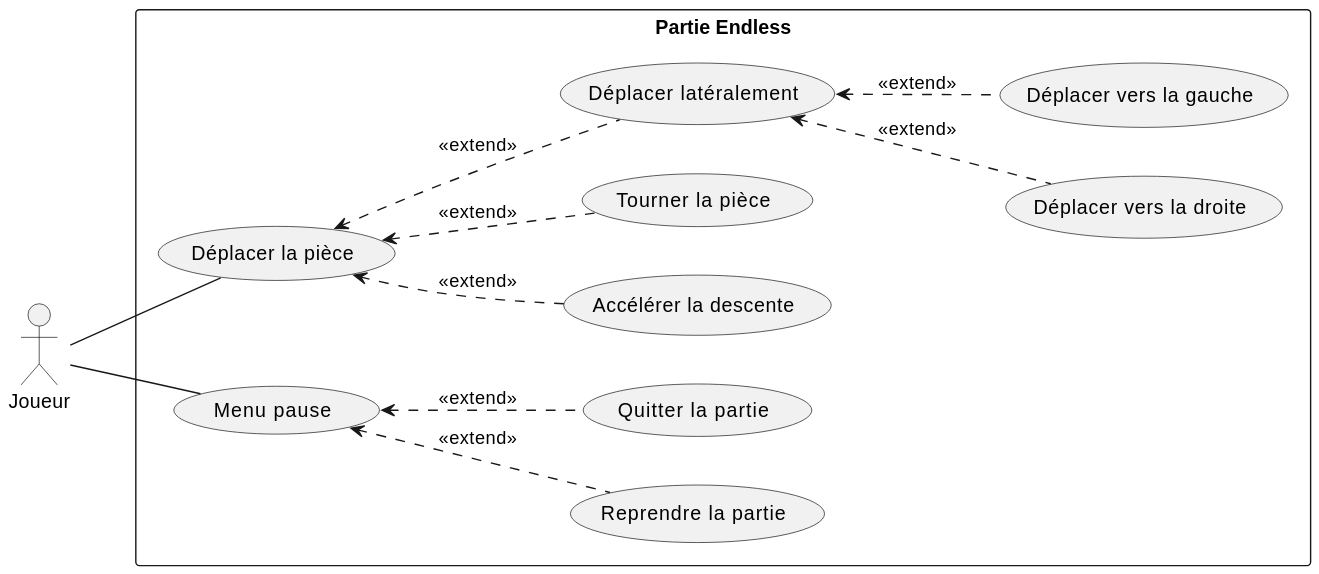
Before: SRD-DOC/uml/usescase/en-jeu/endless.svg, a diagram exported from PlantUML (ulb-info2-group5/Royal-Blocks).
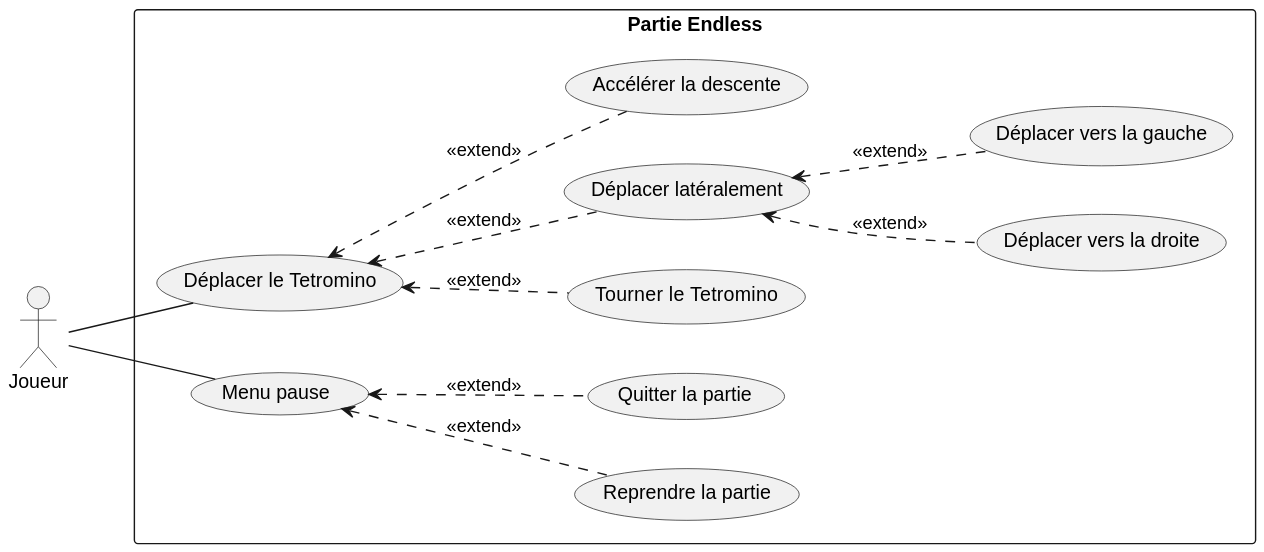
After the commit.

The edit, as a diff of the source:
```diff
@@ -4,8 +4,8 @@
 actor Joueur as player
 
 rectangle "Partie Endless" as game {
-    usecase "Déplacer la pièce" as move_piece
-    usecase "Tourner la pièce" as rotate_piece
+    usecase "Déplacer le Tetromino" as move_piece
+    usecase "Tourner le Tetromino" as rotate_piece
 
     usecase "Déplacer latéralement" as lateral_movement
     usecase "Accélérer la descente" as increase_descent
```
